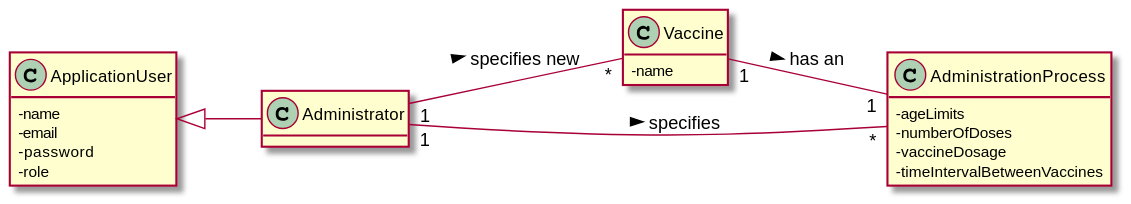
This is docs/SprintB/US013/US013_DM.svg from Pirussa/lei-22-s2-1da-g02, a PlantUML export, as it was before one commit.
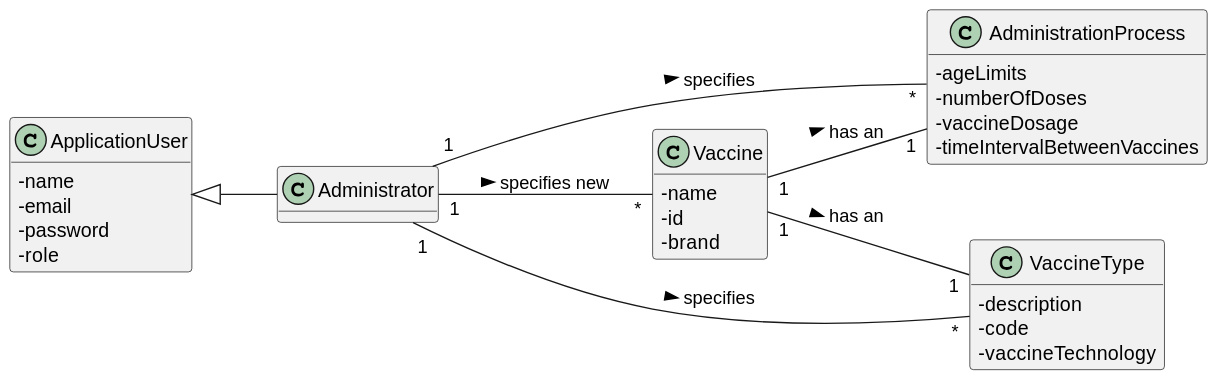
Later version of the same file.

Change to the diagram source:
```diff
@@ -11,6 +11,8 @@
 
 class Vaccine{
     -name
+    -id
+    -brand
 }
 
 class AdministrationProcess {
@@ -19,6 +21,12 @@
     -vaccineDosage
     -timeIntervalBetweenVaccines
 
+}
+
+class VaccineType{
+-description
+-code
+-vaccineTechnology
 }
 
 class ApplicationUser {
@@ -30,7 +38,10 @@
 
 Administrator "1" -- "*" Vaccine: specifies new >
 Administrator "1" -- "*" AdministrationProcess: specifies  >
+Administrator "1" -- "*" VaccineType: specifies  >
+
 Vaccine "1" -- "1" AdministrationProcess: has an >
+Vaccine "1" -- "1" VaccineType: has an >
 ApplicationUser  <|-- Administrator
 
 
```
